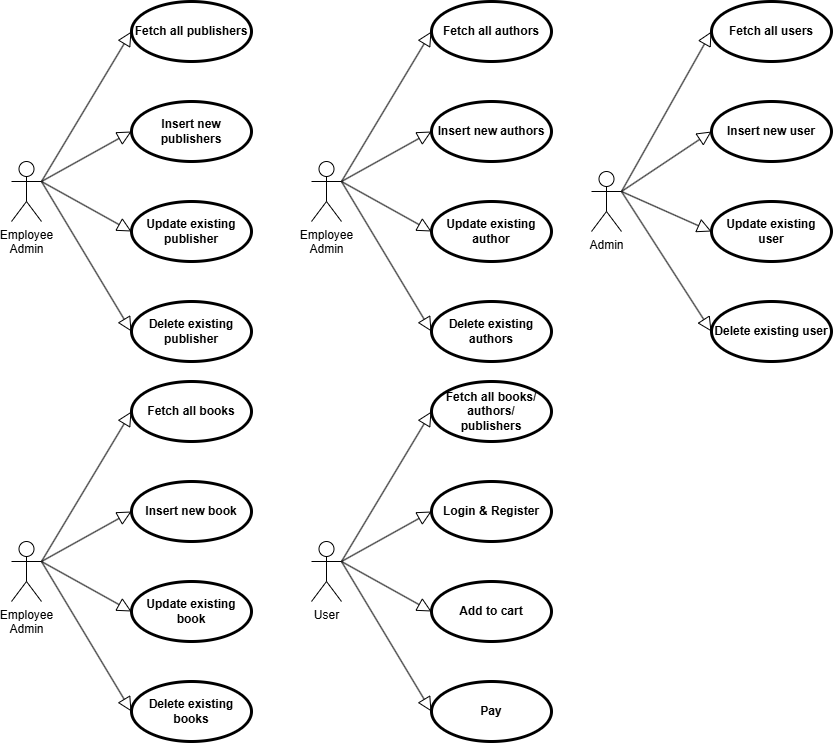
Before: pics/use_cases.drawio.png, a diagram exported from draw.io (l7aur/Library-Management-System). Source tidied: cells renumbered, new cells last; positions are measured from the earlier drawing's top-left corner, leaving out a move shared by most shapes.
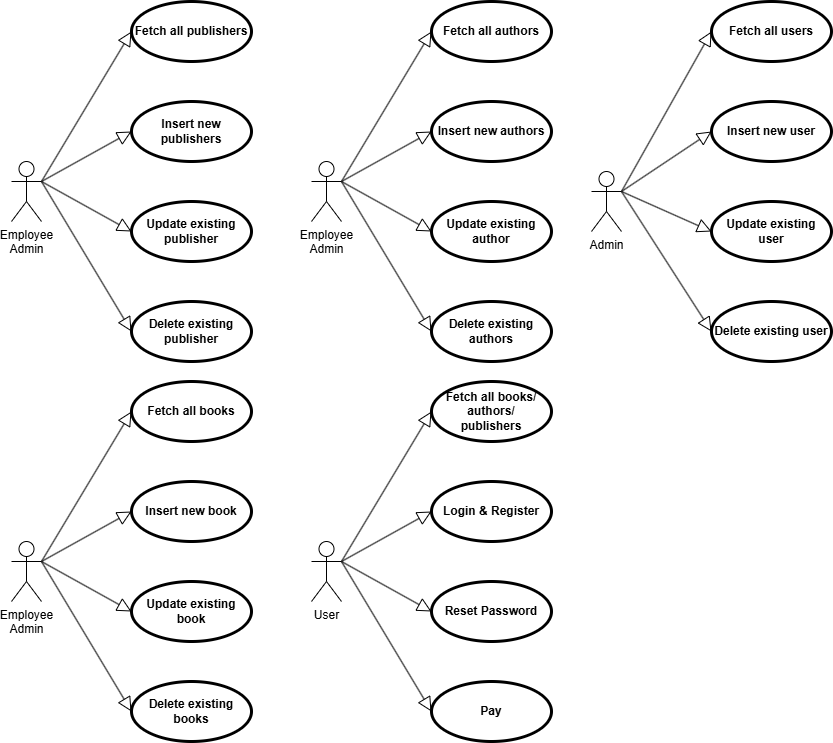
Above is the later version.

Change to the diagram source:
```diff
@@ -62,7 +62,7 @@
     <mxCell id="21" value="Login &amp;amp; Register" style="shape=ellipse;html=1;strokeWidth=3;fontStyle=1;whiteSpace=wrap;align=center;perimeter=ellipsePerimeter;" parent="1" vertex="1">
       <mxGeometry x="420" y="480" width="120" height="60" as="geometry" />
     </mxCell>
-    <mxCell id="22" value="Add to cart" style="shape=ellipse;html=1;strokeWidth=3;fontStyle=1;whiteSpace=wrap;align=center;perimeter=ellipsePerimeter;" parent="1" vertex="1">
+    <mxCell id="22" value="Reset Password" style="shape=ellipse;html=1;strokeWidth=3;fontStyle=1;whiteSpace=wrap;align=center;perimeter=ellipsePerimeter;" parent="1" vertex="1">
       <mxGeometry x="420" y="580" width="120" height="60" as="geometry" />
     </mxCell>
     <mxCell id="23" style="edgeStyle=none;html=1;endArrow=block;endFill=0;endSize=12;verticalAlign=bottom;rounded=0;entryX=0;entryY=0.5;entryDx=0;entryDy=0;" parent="1" edge="1" target="21">
```
